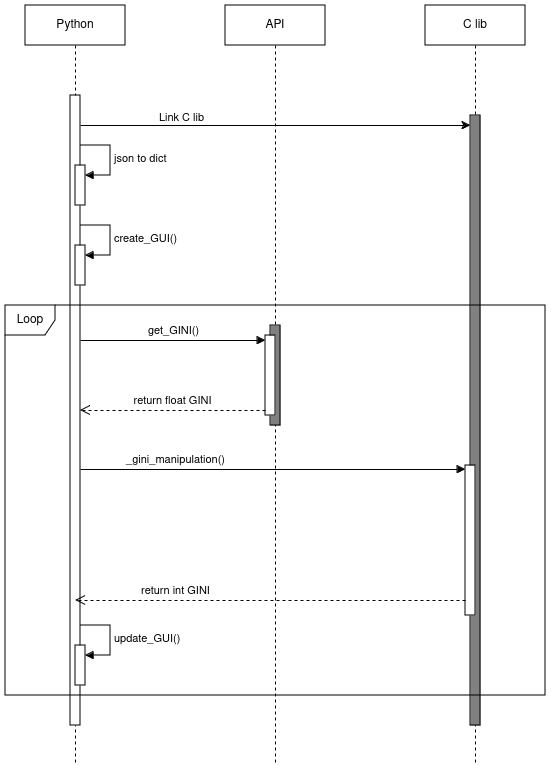
Above: imgs/sequence_diagram.drawio.png in manugcr/sdc_tp2 (draw.io), before the change. Source tidied: cells renumbered, new cells last; positions are measured from the earlier drawing's top-left corner, leaving out a move shared by most shapes.
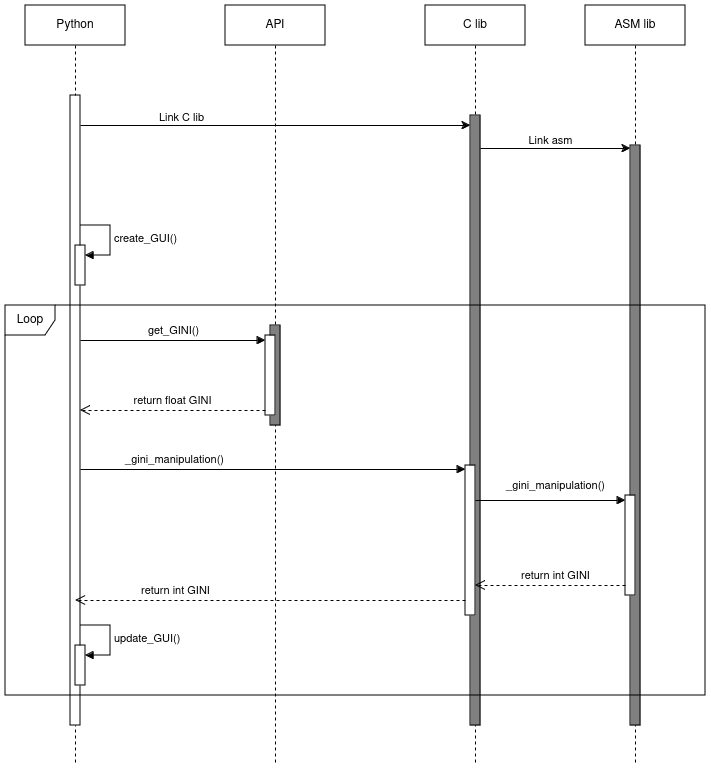
The same diagram one commit later.

The edit, as a diff of the source:
```diff
@@ -79,9 +79,6 @@
         </Array>
       </mxGeometry>
     </mxCell>
-    <mxCell id="21" value="Loop" style="shape=umlFrame;whiteSpace=wrap;html=1;width=50;" parent="1" vertex="1">
-      <mxGeometry y="300" width="540" height="390" as="geometry" />
-    </mxCell>
     <mxCell id="22" style="endArrow=classic;html=1;rounded=0;" parent="1" edge="1">
       <mxGeometry relative="1" as="geometry">
         <mxPoint x="75" y="120" as="sourcePoint" />
@@ -93,19 +90,39 @@
         <mxPoint x="-80" y="-10" as="offset" />
       </mxGeometry>
     </mxCell>
-    <mxCell id="24" style="group;" parent="1" vertex="1">
-      <mxGeometry x="70" y="140" width="35" height="60" as="geometry" />
-    </mxCell>
-    <mxCell id="25" style="html=1;points=[[0,0,0,0,5],[0,1,0,0,-5],[1,0,0,0,5],[1,1,0,0,-5]];perimeter=orthogonalPerimeter;outlineConnect=0;targetShapes=umlLifeline;portConstraint=eastwest;newEdgeStyle={&quot;curved&quot;:0,&quot;rounded&quot;:0};" parent="24" vertex="1">
-      <mxGeometry y="20" width="10" height="40" as="geometry" />
-    </mxCell>
-    <mxCell id="26" value="json to dict" style="html=1;align=left;spacingLeft=2;endArrow=block;rounded=0;edgeStyle=orthogonalEdgeStyle;curved=0;rounded=0;" parent="24" edge="1" target="25">
-      <mxGeometry relative="1" as="geometry">
-        <mxPoint x="5" as="sourcePoint" />
-        <Array as="points">
-          <mxPoint x="35" y="30" />
-        </Array>
-      </mxGeometry>
-    </mxCell>
+    <mxCell id="27" value="ASM lib" style="shape=umlLifeline;perimeter=lifelinePerimeter;whiteSpace=wrap;html=1;newEdgeStyle={&quot;edgeStyle&quot;:&quot;elbowEdgeStyle&quot;,&quot;elbow&quot;:&quot;vertical&quot;,&quot;curved&quot;:0,&quot;rounded&quot;:0};" parent="1" vertex="1">
+      <mxGeometry x="580" width="100" height="760" as="geometry" />
+    </mxCell>
+    <mxCell id="28" style="html=1;perimeter=orthogonalPerimeter;targetShapes=umlLifeline;newEdgeStyle={&quot;curved&quot;:0,&quot;rounded&quot;:0};fillColor=#808080;" parent="27" vertex="1">
+      <mxGeometry x="45" y="140" width="10" height="580" as="geometry" />
+    </mxCell>
+    <mxCell id="29" style="html=1;perimeter=orthogonalPerimeter;targetShapes=umlLifeline;newEdgeStyle={&quot;curved&quot;:0,&quot;rounded&quot;:0};" parent="27" vertex="1">
+      <mxGeometry x="40" y="490" width="10" height="100" as="geometry" />
+    </mxCell>
+    <mxCell id="21" value="Loop" style="shape=umlFrame;whiteSpace=wrap;html=1;width=50;" parent="1" vertex="1">
+      <mxGeometry y="300" width="700" height="390" as="geometry" />
+    </mxCell>
+    <mxCell id="30" style="endArrow=classic;html=1;rounded=0;" parent="1" edge="1" source="10">
+      <mxGeometry relative="1" as="geometry">
+        <mxPoint x="625" y="143" as="targetPoint" />
+      </mxGeometry>
+    </mxCell>
+    <mxCell id="31" value="Link asm" style="edgeLabel;html=1;align=center;verticalAlign=middle;" parent="30" vertex="1">
+      <mxGeometry x="-0.08" y="-1" relative="1" as="geometry">
+        <mxPoint x="1" y="-10" as="offset" />
+      </mxGeometry>
+    </mxCell>
+    <mxCell id="32" value="_gini_manipulation()" style="html=1;verticalAlign=bottom;endArrow=block;curved=0;rounded=0;" parent="1" edge="1">
+      <mxGeometry x="0.07" y="5" relative="1" as="geometry">
+        <mxPoint x="470" y="495" as="sourcePoint" />
+        <mxPoint x="620" y="495" as="targetPoint" />
+      </mxGeometry>
+    </mxCell>
+    <mxCell id="33" value="return int GINI" style="html=1;verticalAlign=bottom;endArrow=open;dashed=1;endSize=8;curved=0;rounded=0;" parent="1" edge="1">
+      <mxGeometry x="-0.07" relative="1" as="geometry">
+        <mxPoint x="620" y="580" as="sourcePoint" />
+        <mxPoint x="470" y="580" as="targetPoint" />
+      </mxGeometry>
+    </mxCell>
   </root>
 </mxGraphModel>
```
